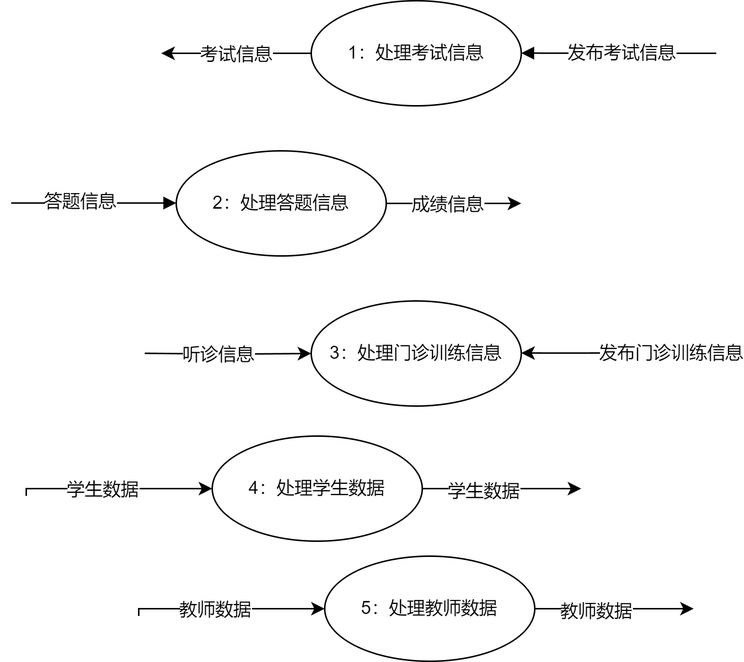
This is 第一章/第2层数据流图.drawio.png from JackeyTower/pic-work, a draw.io export, as it was before one commit. Source tidied: cells renumbered, new cells last; positions are measured from the earlier drawing's top-left corner, leaving out a move shared by most shapes.
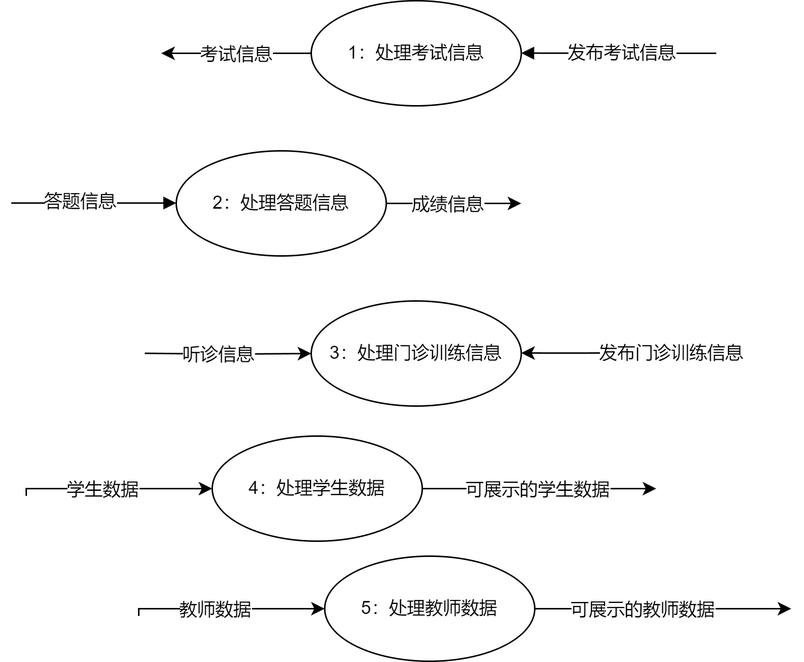
After the commit.

Commit message:
已添加 第2层数据流图.drawio.png

What changed in the source:
```diff
@@ -85,11 +85,13 @@
     </mxCell>
     <mxCell id="17" style="edgeStyle=orthogonalEdgeStyle;rounded=0;jettySize=auto;html=1;" parent="1" edge="1" source="19">
       <mxGeometry relative="1" as="geometry">
-        <mxPoint x="380" y="325" as="targetPoint" />
+        <mxPoint x="430" y="325" as="targetPoint" />
       </mxGeometry>
     </mxCell>
-    <mxCell id="18" value="学生数据" style="edgeLabel;html=1;align=center;verticalAlign=middle;" parent="17" vertex="1">
-      <mxGeometry x="-0.25" y="-1" relative="1" as="geometry" />
+    <mxCell id="18" value="可展示的学生数据" style="edgeLabel;html=1;align=center;verticalAlign=middle;" parent="17" vertex="1">
+      <mxGeometry x="-0.25" y="-1" relative="1" as="geometry">
+        <mxPoint x="18" y="-1" as="offset" />
+      </mxGeometry>
     </mxCell>
     <mxCell id="19" value="4：处理学生数据" style="ellipse;whiteSpace=wrap;html=1;" parent="1" vertex="1">
       <mxGeometry x="134" y="290" width="140" height="70" as="geometry" />
@@ -109,11 +111,13 @@
     </mxCell>
     <mxCell id="22" style="edgeStyle=orthogonalEdgeStyle;rounded=0;jettySize=auto;html=1;" parent="1" edge="1" source="24">
       <mxGeometry relative="1" as="geometry">
-        <mxPoint x="455" y="405" as="targetPoint" />
+        <mxPoint x="520" y="405" as="targetPoint" />
       </mxGeometry>
     </mxCell>
-    <mxCell id="23" value="教师数据" style="edgeLabel;html=1;align=center;verticalAlign=middle;" parent="22" vertex="1">
-      <mxGeometry x="-0.25" y="-1" relative="1" as="geometry" />
+    <mxCell id="23" value="可展示的教师数据" style="edgeLabel;html=1;align=center;verticalAlign=middle;" parent="22" vertex="1">
+      <mxGeometry x="-0.25" y="-1" relative="1" as="geometry">
+        <mxPoint x="7" y="-1" as="offset" />
+      </mxGeometry>
     </mxCell>
     <mxCell id="24" value="5：处理教师数据" style="ellipse;whiteSpace=wrap;html=1;" parent="1" vertex="1">
       <mxGeometry x="209" y="370" width="140" height="70" as="geometry" />
```
